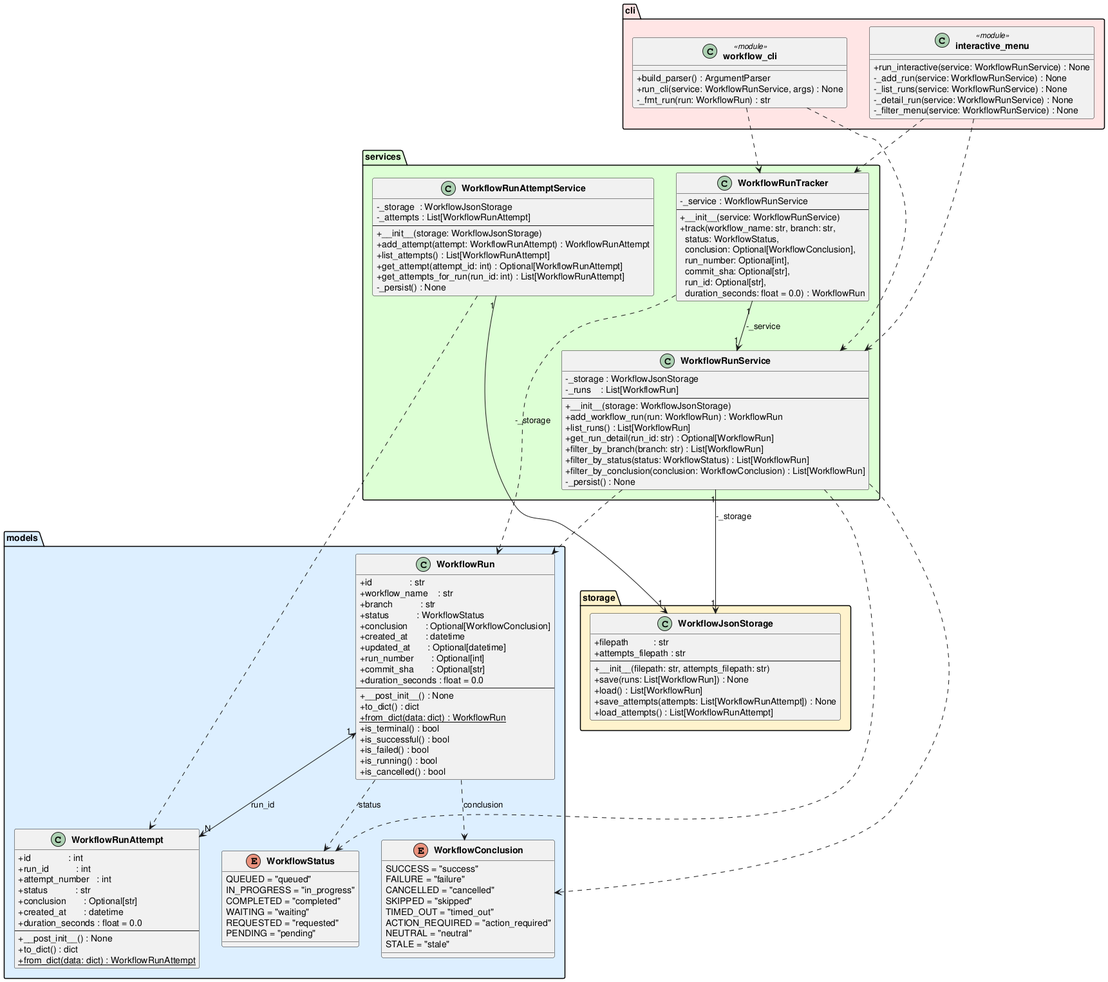
This is experiments/pipeline/user_stories/github-workflow-manager/artifacts/class_diagram.png from DanielRiha8906/Software_autoevolution_using_agents, a PlantUML export, as it was before one commit.
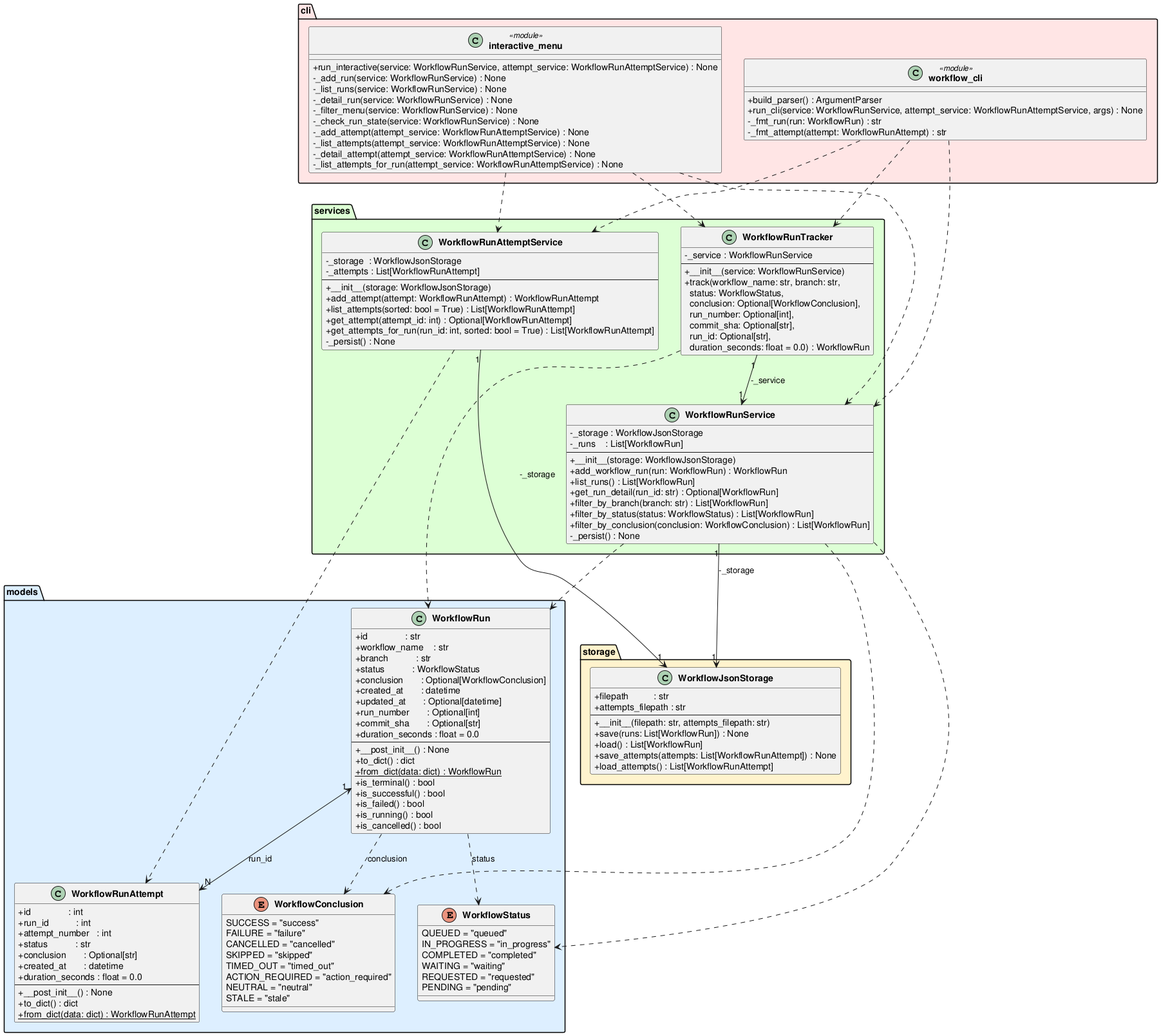
Above is the later version.

Diff of the diagram source:
```diff
@@ -95,9 +95,9 @@
         --
         +__init__(storage: WorkflowJsonStorage)
         +add_attempt(attempt: WorkflowRunAttempt) : WorkflowRunAttempt
-        +list_attempts() : List[WorkflowRunAttempt]
+        +list_attempts(sorted: bool = True) : List[WorkflowRunAttempt]
         +get_attempt(attempt_id: int) : Optional[WorkflowRunAttempt]
-        +get_attempts_for_run(run_id: int) : List[WorkflowRunAttempt]
+        +get_attempts_for_run(run_id: int, sorted: bool = True) : List[WorkflowRunAttempt]
         -_persist() : None
     }
 
@@ -112,16 +112,22 @@
 package "cli" #FFE5E5 {
     class "workflow_cli" <<module>> {
         +build_parser() : ArgumentParser
-        +run_cli(service: WorkflowRunService, args) : None
+        +run_cli(service: WorkflowRunService, attempt_service: WorkflowRunAttemptService, args) : None
         -_fmt_run(run: WorkflowRun) : str
+        -_fmt_attempt(attempt: WorkflowRunAttempt) : str
     }
 
     class "interactive_menu" <<module>> {
-        +run_interactive(service: WorkflowRunService) : None
+        +run_interactive(service: WorkflowRunService, attempt_service: WorkflowRunAttemptService) : None
         -_add_run(service: WorkflowRunService) : None
         -_list_runs(service: WorkflowRunService) : None
         -_detail_run(service: WorkflowRunService) : None
         -_filter_menu(service: WorkflowRunService) : None
+        -_check_run_state(service: WorkflowRunService) : None
+        -_add_attempt(attempt_service: WorkflowRunAttemptService) : None
+        -_list_attempts(attempt_service: WorkflowRunAttemptService) : None
+        -_detail_attempt(attempt_service: WorkflowRunAttemptService) : None
+        -_list_attempts_for_run(attempt_service: WorkflowRunAttemptService) : None
     }
 }
 
@@ -137,8 +143,10 @@
 WorkflowRunTracker      "1" --> "1" WorkflowRunService  : -_service
 WorkflowRunTracker           ..>  WorkflowRun
 "workflow_cli"               ..>  WorkflowRunService
+"workflow_cli"               ..>  WorkflowRunAttemptService
 "workflow_cli"               ..>  WorkflowRunTracker
 "interactive_menu"           ..>  WorkflowRunService
+"interactive_menu"           ..>  WorkflowRunAttemptService
 "interactive_menu"           ..>  WorkflowRunTracker
 
 @enduml
```
